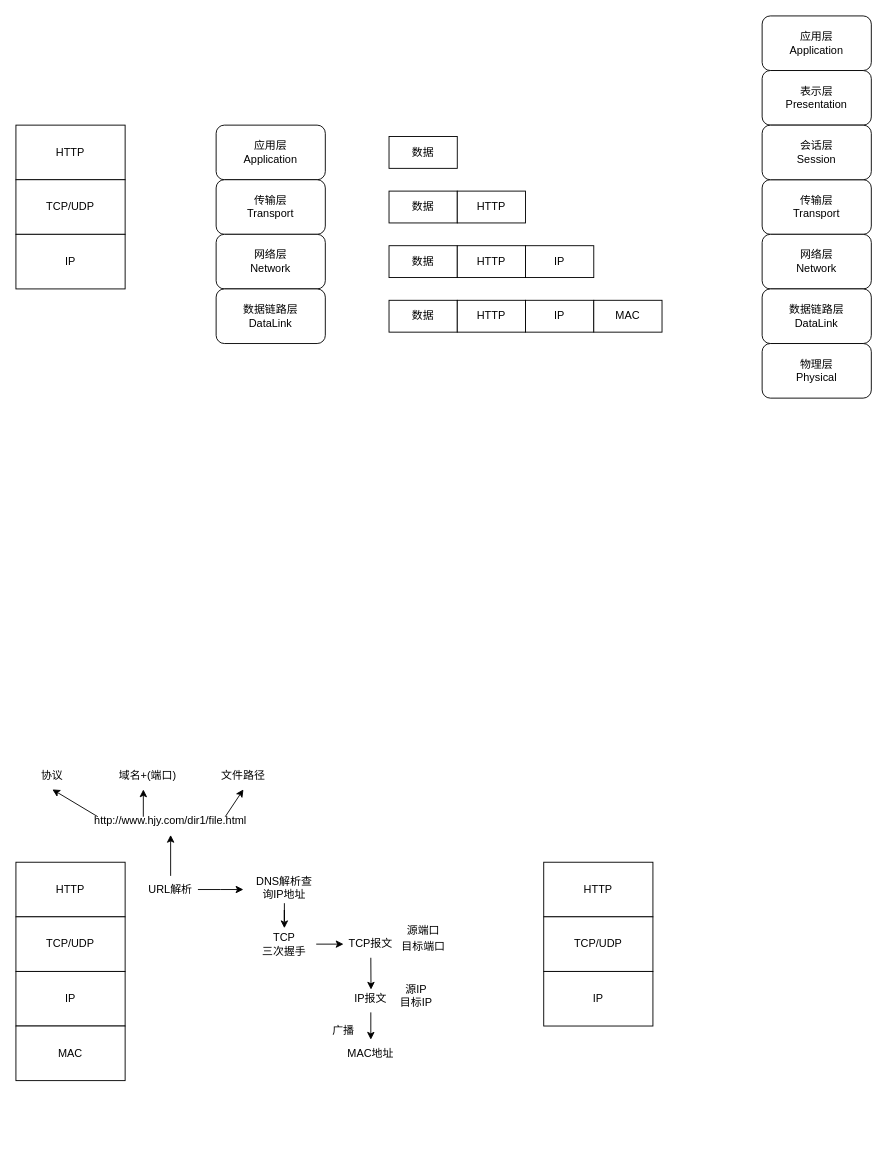
This is 计算机网络.drawio from 1155200424/diagrams, a draw.io file, before an edit. Source tidied: cells renumbered, new cells numbered last; positions are measured from the earlier drawing's top-left corner, leaving out a move shared by most shapes. Both pictures are drawn from the tidied source at 91%, with x=0, y=0 at pixel (15, 15).
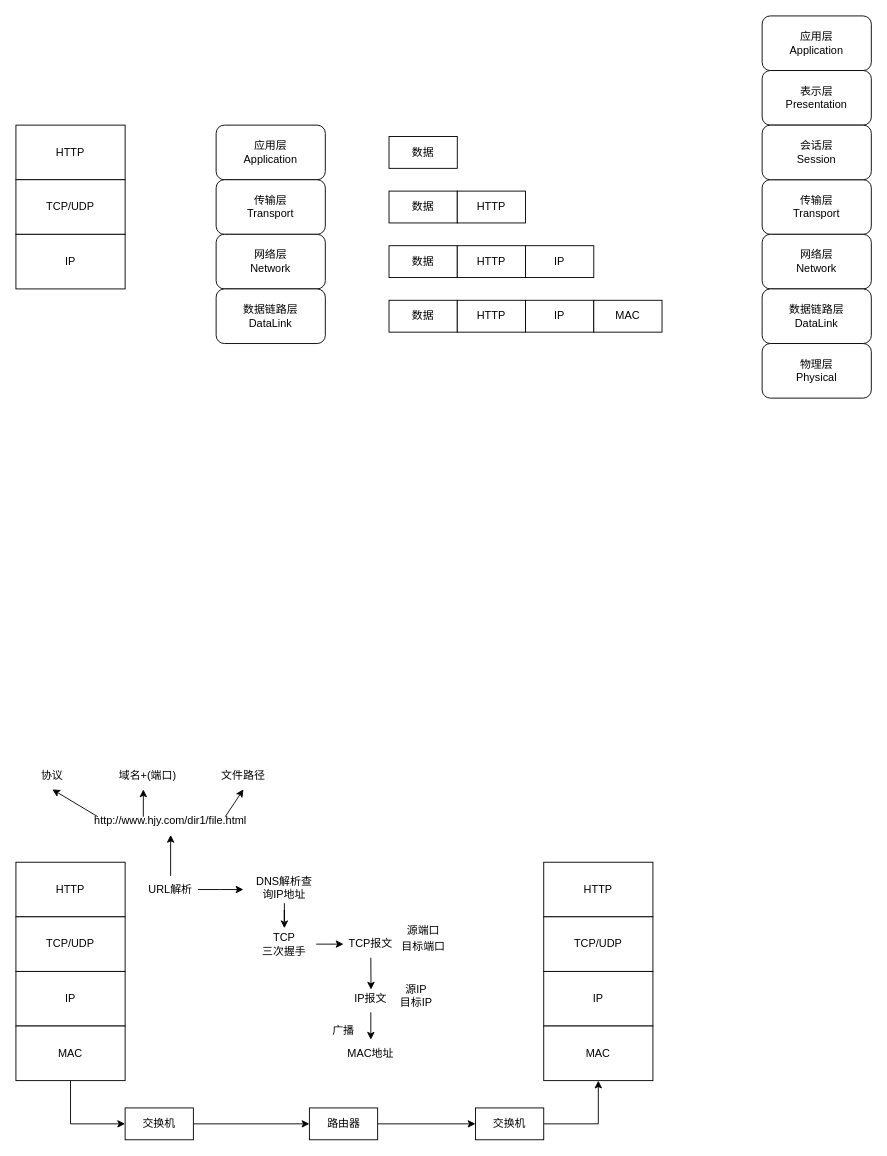
Above is the later version.

Commit message:
更新计算机网络.drawio

Unchanged cells that the change refers to:
```xml
<mxCell id="54" value="MAC" style="rounded=0;whiteSpace=wrap;html=1;" parent="1" vertex="1">
  <mxGeometry y="1110" width="120" height="60" as="geometry" />
</mxCell>
```

What changed in the source:
```diff
@@
+    <mxCell id="57" style="edgeStyle=orthogonalEdgeStyle;rounded=0;jettySize=auto;html=1;exitX=0.5;exitY=1;exitDx=0;exitDy=0;entryX=0;entryY=0.5;entryDx=0;entryDy=0;" parent="1" edge="1" source="54" target="60">
+      <mxGeometry relative="1" as="geometry" />
+    </mxCell>
@@
+    <mxCell id="58" value="MAC" style="rounded=0;whiteSpace=wrap;html=1;" parent="1" vertex="1">
+      <mxGeometry x="580" y="1110" width="120" height="60" as="geometry" />
+    </mxCell>
+    <mxCell id="59" style="edgeStyle=orthogonalEdgeStyle;rounded=0;jettySize=auto;html=1;exitX=1;exitY=0.5;exitDx=0;exitDy=0;entryX=0;entryY=0.5;entryDx=0;entryDy=0;" parent="1" edge="1" source="60" target="62">
+      <mxGeometry relative="1" as="geometry" />
+    </mxCell>
+    <mxCell id="60" value="交换机" style="rounded=0;whiteSpace=wrap;html=1;" parent="1" vertex="1">
+      <mxGeometry x="120" y="1200" width="75" height="35" as="geometry" />
+    </mxCell>
+    <mxCell id="61" style="edgeStyle=orthogonalEdgeStyle;rounded=0;jettySize=auto;html=1;exitX=1;exitY=0.5;exitDx=0;exitDy=0;entryX=0;entryY=0.5;entryDx=0;entryDy=0;" parent="1" edge="1" source="62" target="64">
+      <mxGeometry relative="1" as="geometry" />
+    </mxCell>
+    <mxCell id="62" value="路由器" style="rounded=0;whiteSpace=wrap;html=1;" parent="1" vertex="1">
+      <mxGeometry x="322.5" y="1200" width="75" height="35" as="geometry" />
+    </mxCell>
+    <mxCell id="63" style="edgeStyle=orthogonalEdgeStyle;rounded=0;jettySize=auto;html=1;exitX=1;exitY=0.5;exitDx=0;exitDy=0;" parent="1" edge="1" source="64" target="58">
+      <mxGeometry relative="1" as="geometry" />
+    </mxCell>
+    <mxCell id="64" value="交换机" style="rounded=0;whiteSpace=wrap;html=1;" parent="1" vertex="1">
+      <mxGeometry x="505" y="1200" width="75" height="35" as="geometry" />
+    </mxCell>
```
